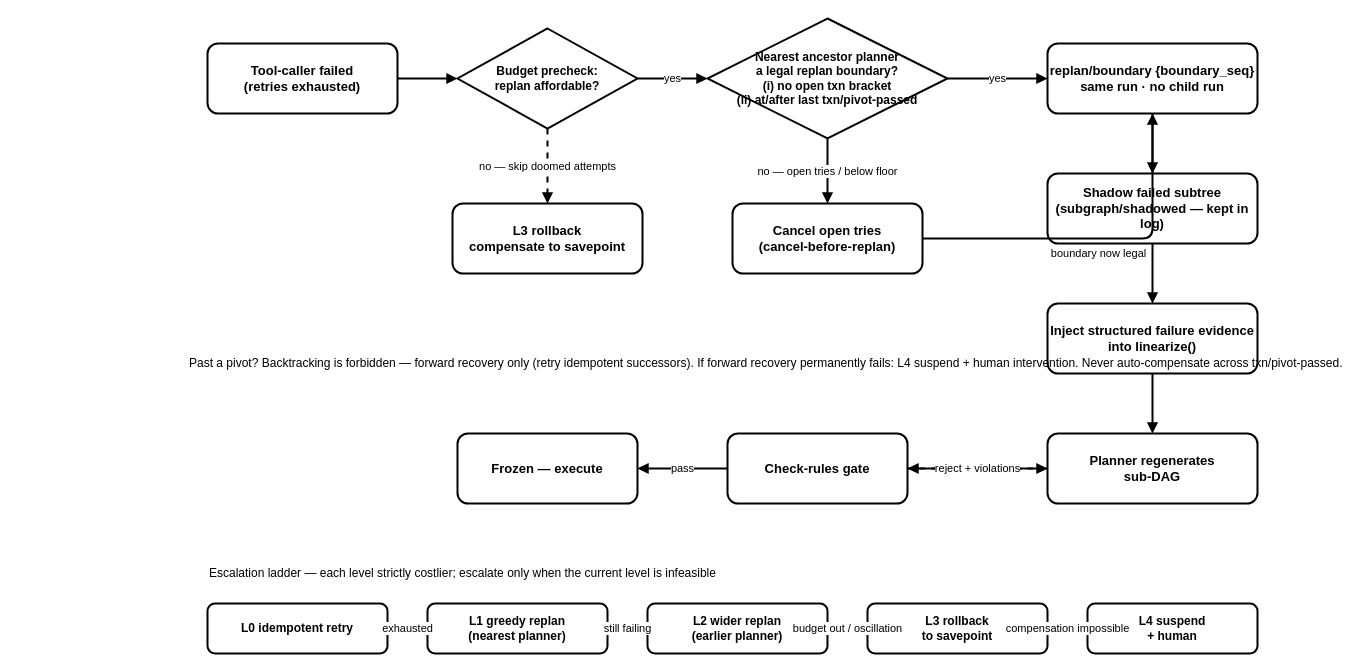
This is doc/design/diagrams/replan-flow.drawio from linuxb/flory-ai, a draw.io file, before an edit. Source tidied: cells renumbered, new cells numbered last; positions are measured from the earlier drawing's top-left corner, leaving out a move shared by most shapes. Both pictures are drawn from the tidied source at 100%, with x=0, y=0 at pixel (187, 18).
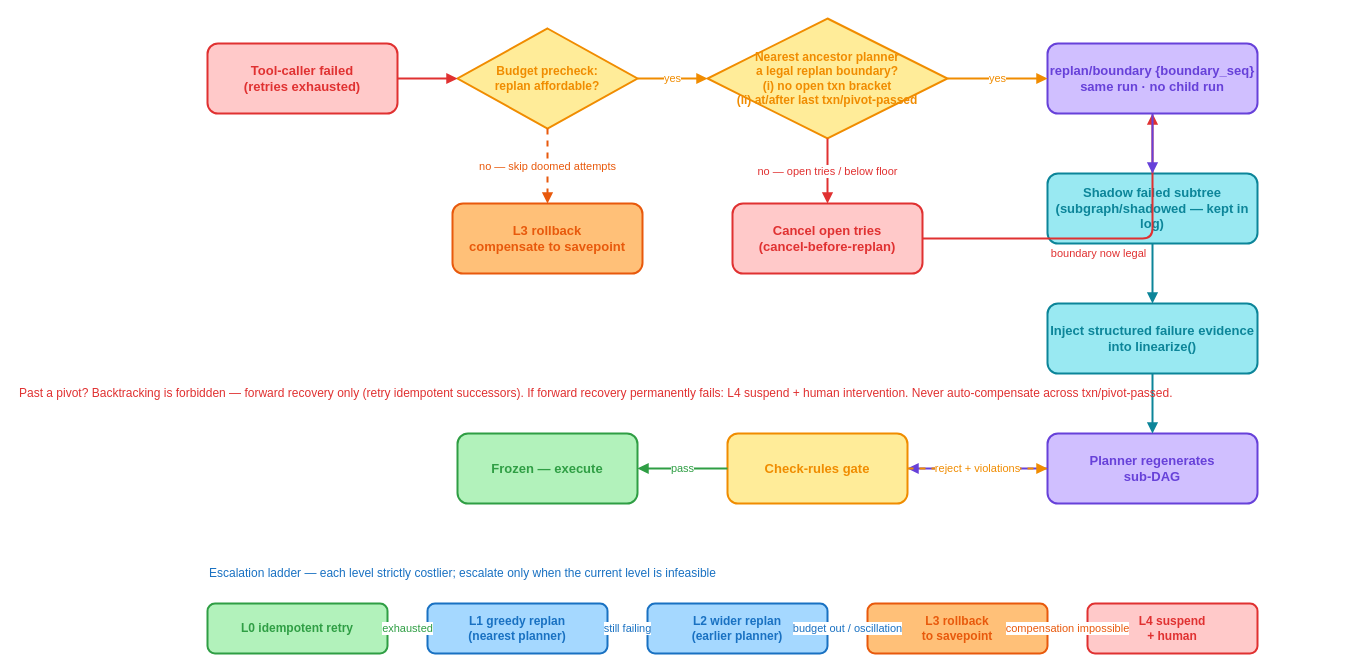
After the change.

Diff of the diagram source:
```diff
@@
-    <mxCell id="2" value="Tool-caller failed&lt;br&gt;(retries exhausted)" style="rounded=1;whiteSpace=wrap;html=1;fillColor=none;fontSize=13;fontStyle=1;strokeWidth=2;fontFamily=LXGW WenKai TC;" parent="1" vertex="1">
+    <mxCell id="2" value="Tool-caller failed&lt;br&gt;(retries exhausted)" style="rounded=1;whiteSpace=wrap;html=1;fillColor=#FFC9C9;fontSize=13;fontStyle=1;strokeWidth=2;fontFamily=LXGW WenKai TC;strokeColor=#E03131;fontColor=#E03131;" parent="1" vertex="1">
       <mxGeometry x="20" y="25" width="190" height="70" as="geometry" />
     </mxCell>
-    <mxCell id="3" value="Budget precheck:&lt;br&gt;replan affordable?" style="rhombus;whiteSpace=wrap;html=1;fillColor=none;fontSize=12;fontStyle=1;strokeWidth=2;fontFamily=LXGW WenKai TC;" parent="1" vertex="1">
+    <mxCell id="3" value="Budget precheck:&lt;br&gt;replan affordable?" style="rhombus;whiteSpace=wrap;html=1;fillColor=#FFEC99;fontSize=12;fontStyle=1;strokeWidth=2;fontFamily=LXGW WenKai TC;strokeColor=#F08C00;fontColor=#F08C00;" parent="1" vertex="1">
       <mxGeometry x="270" y="10" width="180" height="100" as="geometry" />
     </mxCell>
-    <mxCell id="4" value="Nearest ancestor planner&lt;br&gt;a legal replan boundary?&lt;br&gt;(i) no open txn bracket&lt;br&gt;(ii) at/after last txn/pivot-passed" style="rhombus;whiteSpace=wrap;html=1;fillColor=none;fontSize=12;fontStyle=1;strokeWidth=2;fontFamily=LXGW WenKai TC;" parent="1" vertex="1">
+    <mxCell id="4" value="Nearest ancestor planner&lt;br&gt;a legal replan boundary?&lt;br&gt;(i) no open txn bracket&lt;br&gt;(ii) at/after last txn/pivot-passed" style="rhombus;whiteSpace=wrap;html=1;fillColor=#FFEC99;fontSize=12;fontStyle=1;strokeWidth=2;fontFamily=LXGW WenKai TC;strokeColor=#F08C00;fontColor=#F08C00;" parent="1" vertex="1">
       <mxGeometry x="520" width="240" height="120" as="geometry" />
     </mxCell>
-    <mxCell id="5" value="Cancel open tries&lt;br&gt;(cancel-before-replan)" style="rounded=1;whiteSpace=wrap;html=1;fillColor=none;fontSize=13;fontStyle=1;strokeWidth=2;fontFamily=LXGW WenKai TC;" parent="1" vertex="1">
+    <mxCell id="5" value="Cancel open tries&lt;br&gt;(cancel-before-replan)" style="rounded=1;whiteSpace=wrap;html=1;fillColor=#FFC9C9;fontSize=13;fontStyle=1;strokeWidth=2;fontFamily=LXGW WenKai TC;strokeColor=#E03131;fontColor=#E03131;" parent="1" vertex="1">
       <mxGeometry x="545" y="185" width="190" height="70" as="geometry" />
     </mxCell>
-    <mxCell id="6" value="replan/boundary {boundary_seq}&lt;br&gt;same run · no child run" style="rounded=1;whiteSpace=wrap;html=1;fillColor=none;fontSize=13;fontStyle=1;strokeWidth=2;fontFamily=LXGW WenKai TC;" parent="1" vertex="1">
+    <mxCell id="6" value="replan/boundary {boundary_seq}&lt;br&gt;same run · no child run" style="rounded=1;whiteSpace=wrap;html=1;fillColor=#D0BFFF;fontSize=13;fontStyle=1;strokeWidth=2;fontFamily=LXGW WenKai TC;strokeColor=#6741D9;fontColor=#6741D9;" parent="1" vertex="1">
       <mxGeometry x="860" y="25" width="210" height="70" as="geometry" />
     </mxCell>
-    <mxCell id="7" value="Shadow failed subtree&lt;br&gt;(subgraph/shadowed — kept in log)" style="rounded=1;whiteSpace=wrap;html=1;fillColor=none;fontSize=13;fontStyle=1;strokeWidth=2;fontFamily=LXGW WenKai TC;" parent="1" vertex="1">
+    <mxCell id="7" value="Shadow failed subtree&lt;br&gt;(subgraph/shadowed — kept in log)" style="rounded=1;whiteSpace=wrap;html=1;fillColor=#99E9F2;fontSize=13;fontStyle=1;strokeWidth=2;fontFamily=LXGW WenKai TC;strokeColor=#0C8599;fontColor=#0C8599;" parent="1" vertex="1">
       <mxGeometry x="860" y="155" width="210" height="70" as="geometry" />
     </mxCell>
-    <mxCell id="8" value="Inject structured failure evidence&lt;br&gt;into linearize()" style="rounded=1;whiteSpace=wrap;html=1;fillColor=none;fontSize=13;fontStyle=1;strokeWidth=2;fontFamily=LXGW WenKai TC;" parent="1" vertex="1">
+    <mxCell id="8" value="Inject structured failure evidence&lt;br&gt;into linearize()" style="rounded=1;whiteSpace=wrap;html=1;fillColor=#99E9F2;fontSize=13;fontStyle=1;strokeWidth=2;fontFamily=LXGW WenKai TC;strokeColor=#0C8599;fontColor=#0C8599;" parent="1" vertex="1">
       <mxGeometry x="860" y="285" width="210" height="70" as="geometry" />
     </mxCell>
-    <mxCell id="9" value="Planner regenerates&lt;br&gt;sub-DAG" style="rounded=1;whiteSpace=wrap;html=1;fillColor=none;fontSize=13;fontStyle=1;strokeWidth=2;fontFamily=LXGW WenKai TC;" parent="1" vertex="1">
+    <mxCell id="9" value="Planner regenerates&lt;br&gt;sub-DAG" style="rounded=1;whiteSpace=wrap;html=1;fillColor=#D0BFFF;fontSize=13;fontStyle=1;strokeWidth=2;fontFamily=LXGW WenKai TC;strokeColor=#6741D9;fontColor=#6741D9;" parent="1" vertex="1">
       <mxGeometry x="860" y="415" width="210" height="70" as="geometry" />
     </mxCell>
-    <mxCell id="10" value="Check-rules gate" style="rounded=1;whiteSpace=wrap;html=1;fillColor=none;fontSize=13;fontStyle=1;strokeWidth=2;fontFamily=LXGW WenKai TC;" parent="1" vertex="1">
+    <mxCell id="10" value="Check-rules gate" style="rounded=1;whiteSpace=wrap;html=1;fillColor=#FFEC99;fontSize=13;fontStyle=1;strokeWidth=2;fontFamily=LXGW WenKai TC;strokeColor=#F08C00;fontColor=#F08C00;" parent="1" vertex="1">
       <mxGeometry x="540" y="415" width="180" height="70" as="geometry" />
     </mxCell>
-    <mxCell id="11" value="Frozen — execute" style="rounded=1;whiteSpace=wrap;html=1;fillColor=none;fontSize=13;fontStyle=1;strokeWidth=2;fontFamily=LXGW WenKai TC;" parent="1" vertex="1">
+    <mxCell id="11" value="Frozen — execute" style="rounded=1;whiteSpace=wrap;html=1;fillColor=#B2F2BB;fontSize=13;fontStyle=1;strokeWidth=2;fontFamily=LXGW WenKai TC;strokeColor=#2F9E44;fontColor=#2F9E44;" parent="1" vertex="1">
       <mxGeometry x="270" y="415" width="180" height="70" as="geometry" />
     </mxCell>
-    <mxCell id="12" value="L3 rollback&lt;br&gt;compensate to savepoint" style="rounded=1;whiteSpace=wrap;html=1;fillColor=none;fontSize=13;fontStyle=1;strokeWidth=2;fontFamily=LXGW WenKai TC;" parent="1" vertex="1">
+    <mxCell id="12" value="L3 rollback&lt;br&gt;compensate to savepoint" style="rounded=1;whiteSpace=wrap;html=1;fillColor=#FFC078;fontSize=13;fontStyle=1;strokeWidth=2;fontFamily=LXGW WenKai TC;strokeColor=#E8590C;fontColor=#E8590C;" parent="1" vertex="1">
       <mxGeometry x="265" y="185" width="190" height="70" as="geometry" />
     </mxCell>
-    <mxCell id="13" style="edgeStyle=orthogonalEdgeStyle;rounded=1;html=1;strokeWidth=2;endArrow=block;fontFamily=LXGW WenKai TC;" parent="1" edge="1" source="2" target="3">
+    <mxCell id="13" style="edgeStyle=orthogonalEdgeStyle;rounded=1;html=1;strokeWidth=2;endArrow=block;fontFamily=LXGW WenKai TC;strokeColor=#E03131;" parent="1" edge="1" source="2" target="3">
       <mxGeometry relative="1" as="geometry" />
     </mxCell>
-    <mxCell id="14" value="yes" style="edgeStyle=orthogonalEdgeStyle;rounded=1;html=1;strokeWidth=2;endArrow=block;fontFamily=LXGW WenKai TC;" parent="1" edge="1" source="3" target="4">
+    <mxCell id="14" value="yes" style="edgeStyle=orthogonalEdgeStyle;rounded=1;html=1;strokeWidth=2;endArrow=block;fontFamily=LXGW WenKai TC;strokeColor=#F08C00;fontColor=#F08C00;" parent="1" edge="1" source="3" target="4">
       <mxGeometry relative="1" as="geometry" />
     </mxCell>
-    <mxCell id="15" value="no — skip doomed attempts" style="edgeStyle=orthogonalEdgeStyle;rounded=1;html=1;strokeWidth=2;endArrow=block;dashed=1;fontFamily=LXGW WenKai TC;" parent="1" edge="1" source="3" target="12">
+    <mxCell id="15" value="no — skip doomed attempts" style="edgeStyle=orthogonalEdgeStyle;rounded=1;html=1;strokeWidth=2;endArrow=block;dashed=1;fontFamily=LXGW WenKai TC;strokeColor=#E8590C;fontColor=#E8590C;" parent="1" edge="1" source="3" target="12">
       <mxGeometry relative="1" as="geometry" />
     </mxCell>
-    <mxCell id="16" value="yes" style="edgeStyle=orthogonalEdgeStyle;rounded=1;html=1;strokeWidth=2;endArrow=block;fontFamily=LXGW WenKai TC;" parent="1" edge="1" source="4" target="6">
+    <mxCell id="16" value="yes" style="edgeStyle=orthogonalEdgeStyle;rounded=1;html=1;strokeWidth=2;endArrow=block;fontFamily=LXGW WenKai TC;strokeColor=#F08C00;fontColor=#F08C00;" parent="1" edge="1" source="4" target="6">
       <mxGeometry relative="1" as="geometry" />
     </mxCell>
-    <mxCell id="17" value="no — open tries / below floor" style="edgeStyle=orthogonalEdgeStyle;rounded=1;html=1;strokeWidth=2;endArrow=block;fontFamily=LXGW WenKai TC;" parent="1" edge="1" source="4" target="5">
+    <mxCell id="17" value="no — open tries / below floor" style="edgeStyle=orthogonalEdgeStyle;rounded=1;html=1;strokeWidth=2;endArrow=block;fontFamily=LXGW WenKai TC;strokeColor=#E03131;fontColor=#E03131;" parent="1" edge="1" source="4" target="5">
       <mxGeometry relative="1" as="geometry" />
     </mxCell>
-    <mxCell id="18" value="boundary now legal" style="edgeStyle=orthogonalEdgeStyle;rounded=1;html=1;strokeWidth=2;endArrow=block;fontFamily=LXGW WenKai TC;" parent="1" edge="1" source="5" target="6">
+    <mxCell id="18" value="boundary now legal" style="edgeStyle=orthogonalEdgeStyle;rounded=1;html=1;strokeWidth=2;endArrow=block;fontFamily=LXGW WenKai TC;strokeColor=#E03131;fontColor=#E03131;" parent="1" edge="1" source="5" target="6">
       <mxGeometry x="-0.01" y="-15" relative="1" as="geometry" />
     </mxCell>
-    <mxCell id="19" style="edgeStyle=orthogonalEdgeStyle;rounded=1;html=1;strokeWidth=2;endArrow=block;fontFamily=LXGW WenKai TC;" parent="1" edge="1" source="6" target="7">
+    <mxCell id="19" style="edgeStyle=orthogonalEdgeStyle;rounded=1;html=1;strokeWidth=2;endArrow=block;fontFamily=LXGW WenKai TC;strokeColor=#6741D9;" parent="1" edge="1" source="6" target="7">
       <mxGeometry relative="1" as="geometry" />
     </mxCell>
-    <mxCell id="20" style="edgeStyle=orthogonalEdgeStyle;rounded=1;html=1;strokeWidth=2;endArrow=block;fontFamily=LXGW WenKai TC;" parent="1" edge="1" source="7" target="8">
+    <mxCell id="20" style="edgeStyle=orthogonalEdgeStyle;rounded=1;html=1;strokeWidth=2;endArrow=block;fontFamily=LXGW WenKai TC;strokeColor=#0C8599;" parent="1" edge="1" source="7" target="8">
       <mxGeometry relative="1" as="geometry" />
     </mxCell>
-    <mxCell id="21" style="edgeStyle=orthogonalEdgeStyle;rounded=1;html=1;strokeWidth=2;endArrow=block;fontFamily=LXGW WenKai TC;" parent="1" edge="1" source="8" target="9">
+    <mxCell id="21" style="edgeStyle=orthogonalEdgeStyle;rounded=1;html=1;strokeWidth=2;endArrow=block;fontFamily=LXGW WenKai TC;strokeColor=#0C8599;" parent="1" edge="1" source="8" target="9">
       <mxGeometry relative="1" as="geometry" />
     </mxCell>
-    <mxCell id="22" style="edgeStyle=orthogonalEdgeStyle;rounded=1;html=1;strokeWidth=2;endArrow=block;fontFamily=LXGW WenKai TC;" parent="1" edge="1" source="9" target="10">
+    <mxCell id="22" style="edgeStyle=orthogonalEdgeStyle;rounded=1;html=1;strokeWidth=2;endArrow=block;fontFamily=LXGW WenKai TC;strokeColor=#6741D9;" parent="1" edge="1" source="9" target="10">
       <mxGeometry relative="1" as="geometry" />
     </mxCell>
-    <mxCell id="23" value="pass" style="edgeStyle=orthogonalEdgeStyle;rounded=1;html=1;strokeWidth=2;endArrow=block;fontFamily=LXGW WenKai TC;" parent="1" edge="1" source="10" target="11">
+    <mxCell id="23" value="pass" style="edgeStyle=orthogonalEdgeStyle;rounded=1;html=1;strokeWidth=2;endArrow=block;fontFamily=LXGW WenKai TC;strokeColor=#2F9E44;fontColor=#2F9E44;" parent="1" edge="1" source="10" target="11">
       <mxGeometry relative="1" as="geometry" />
     </mxCell>
-    <mxCell id="24" value="reject + violations" style="edgeStyle=orthogonalEdgeStyle;rounded=1;html=1;strokeWidth=2;endArrow=block;dashed=1;fontFamily=LXGW WenKai TC;" parent="1" edge="1" source="10" target="9">
+    <mxCell id="24" value="reject + violations" style="edgeStyle=orthogonalEdgeStyle;rounded=1;html=1;strokeWidth=2;endArrow=block;dashed=1;fontFamily=LXGW WenKai TC;strokeColor=#F08C00;fontColor=#F08C00;" parent="1" edge="1" source="10" target="9">
       <mxGeometry relative="1" as="geometry" />
     </mxCell>
-    <mxCell id="25" value="Past a pivot? Backtracking is forbidden — forward recovery only (retry idempotent successors). If forward recovery permanently fails: L4 suspend + human intervention. Never auto-compensate across txn/pivot-passed." style="text;html=1;align=left;verticalAlign=middle;fontSize=12;fontFamily=LXGW WenKai TC;" parent="1" vertex="1">
-      <mxGeometry y="305" width="480" height="80" as="geometry" />
+    <mxCell id="25" value="Past a pivot? Backtracking is forbidden — forward recovery only (retry idempotent successors). If forward recovery permanently fails: L4 suspend + human intervention. Never auto-compensate across txn/pivot-passed." style="text;html=1;align=left;verticalAlign=middle;fontSize=12;fontFamily=LXGW WenKai TC;fontColor=#E03131;" parent="1" vertex="1">
+      <mxGeometry x="-170" y="335" width="480" height="80" as="geometry" />
     </mxCell>
-    <mxCell id="26" value="L0 idempotent retry" style="rounded=1;whiteSpace=wrap;html=1;fillColor=none;fontSize=12;fontStyle=1;strokeWidth=2;fontFamily=LXGW WenKai TC;" parent="1" vertex="1">
+    <mxCell id="26" value="L0 idempotent retry" style="rounded=1;whiteSpace=wrap;html=1;fillColor=#B2F2BB;fontSize=12;fontStyle=1;strokeWidth=2;fontFamily=LXGW WenKai TC;strokeColor=#2F9E44;fontColor=#2F9E44;" parent="1" vertex="1">
       <mxGeometry x="20" y="585" width="180" height="50" as="geometry" />
     </mxCell>
-    <mxCell id="27" value="L1 greedy replan&lt;br&gt;(nearest planner)" style="rounded=1;whiteSpace=wrap;html=1;fillColor=none;fontSize=12;fontStyle=1;strokeWidth=2;fontFamily=LXGW WenKai TC;" parent="1" vertex="1">
+    <mxCell id="27" value="L1 greedy replan&lt;br&gt;(nearest planner)" style="rounded=1;whiteSpace=wrap;html=1;fillColor=#A5D8FF;fontSize=12;fontStyle=1;strokeWidth=2;fontFamily=LXGW WenKai TC;strokeColor=#1971C2;fontColor=#1971C2;" parent="1" vertex="1">
       <mxGeometry x="240" y="585" width="180" height="50" as="geometry" />
     </mxCell>
-    <mxCell id="28" value="L2 wider replan&lt;br&gt;(earlier planner)" style="rounded=1;whiteSpace=wrap;html=1;fillColor=none;fontSize=12;fontStyle=1;strokeWidth=2;fontFamily=LXGW WenKai TC;" parent="1" vertex="1">
+    <mxCell id="28" value="L2 wider replan&lt;br&gt;(earlier planner)" style="rounded=1;whiteSpace=wrap;html=1;fillColor=#A5D8FF;fontSize=12;fontStyle=1;strokeWidth=2;fontFamily=LXGW WenKai TC;strokeColor=#1971C2;fontColor=#1971C2;" parent="1" vertex="1">
       <mxGeometry x="460" y="585" width="180" height="50" as="geometry" />
     </mxCell>
-    <mxCell id="29" value="L3 rollback&lt;br&gt;to savepoint" style="rounded=1;whiteSpace=wrap;html=1;fillColor=none;fontSize=12;fontStyle=1;strokeWidth=2;fontFamily=LXGW WenKai TC;" parent="1" vertex="1">
+    <mxCell id="29" value="L3 rollback&lt;br&gt;to savepoint" style="rounded=1;whiteSpace=wrap;html=1;fillColor=#FFC078;fontSize=12;fontStyle=1;strokeWidth=2;fontFamily=LXGW WenKai TC;strokeColor=#E8590C;fontColor=#E8590C;" parent="1" vertex="1">
       <mxGeometry x="680" y="585" width="180" height="50" as="geometry" />
     </mxCell>
-    <mxCell id="30" value="L4 suspend&lt;br&gt;+ human" style="rounded=1;whiteSpace=wrap;html=1;fillColor=none;fontSize=12;fontStyle=1;strokeWidth=2;fontFamily=LXGW WenKai TC;" parent="1" vertex="1">
+    <mxCell id="30" value="L4 suspend&lt;br&gt;+ human" style="rounded=1;whiteSpace=wrap;html=1;fillColor=#FFC9C9;fontSize=12;fontStyle=1;strokeWidth=2;fontFamily=LXGW WenKai TC;strokeColor=#E03131;fontColor=#E03131;" parent="1" vertex="1">
       <mxGeometry x="900" y="585" width="170" height="50" as="geometry" />
     </mxCell>
-    <mxCell id="31" value="exhausted" style="edgeStyle=orthogonalEdgeStyle;rounded=1;html=1;strokeWidth=2;endArrow=block;fontFamily=LXGW WenKai TC;" parent="1" edge="1" source="26" target="27">
+    <mxCell id="31" value="exhausted" style="edgeStyle=orthogonalEdgeStyle;rounded=1;html=1;strokeWidth=2;endArrow=block;fontFamily=LXGW WenKai TC;strokeColor=#2F9E44;fontColor=#2F9E44;" parent="1" edge="1" source="26" target="27">
       <mxGeometry relative="1" as="geometry" />
     </mxCell>
-    <mxCell id="32" value="still failing" style="edgeStyle=orthogonalEdgeStyle;rounded=1;html=1;strokeWidth=2;endArrow=block;fontFamily=LXGW WenKai TC;" parent="1" edge="1" source="27" target="28">
+    <mxCell id="32" value="still failing" style="edgeStyle=orthogonalEdgeStyle;rounded=1;html=1;strokeWidth=2;endArrow=block;fontFamily=LXGW WenKai TC;strokeColor=#1971C2;fontColor=#1971C2;" parent="1" edge="1" source="27" target="28">
       <mxGeometry relative="1" as="geometry" />
     </mxCell>
-    <mxCell id="33" value="budget out / oscillation" style="edgeStyle=orthogonalEdgeStyle;rounded=1;html=1;strokeWidth=2;endArrow=block;fontFamily=LXGW WenKai TC;" parent="1" edge="1" source="28" target="29">
+    <mxCell id="33" value="budget out / oscillation" style="edgeStyle=orthogonalEdgeStyle;rounded=1;html=1;strokeWidth=2;endArrow=block;fontFamily=LXGW WenKai TC;strokeColor=#1971C2;fontColor=#1971C2;" parent="1" edge="1" source="28" target="29">
       <mxGeometry relative="1" as="geometry" />
     </mxCell>
-    <mxCell id="34" value="compensation impossible" style="edgeStyle=orthogonalEdgeStyle;rounded=1;html=1;strokeWidth=2;endArrow=block;fontFamily=LXGW WenKai TC;" parent="1" edge="1" source="29" target="30">
+    <mxCell id="34" value="compensation impossible" style="edgeStyle=orthogonalEdgeStyle;rounded=1;html=1;strokeWidth=2;endArrow=block;fontFamily=LXGW WenKai TC;strokeColor=#E8590C;fontColor=#E8590C;" parent="1" edge="1" source="29" target="30">
       <mxGeometry relative="1" as="geometry" />
     </mxCell>
-    <mxCell id="35" value="Escalation ladder — each level strictly costlier; escalate only when the current level is infeasible" style="text;html=1;align=left;verticalAlign=middle;fontSize=12;fontFamily=LXGW WenKai TC;" parent="1" vertex="1">
+    <mxCell id="35" value="Escalation ladder — each level strictly costlier; escalate only when the current level is infeasible" style="text;html=1;align=left;verticalAlign=middle;fontSize=12;fontFamily=LXGW WenKai TC;fontColor=#1971C2;" parent="1" vertex="1">
       <mxGeometry x="20" y="535" width="620" height="40" as="geometry" />
     </mxCell>
```
